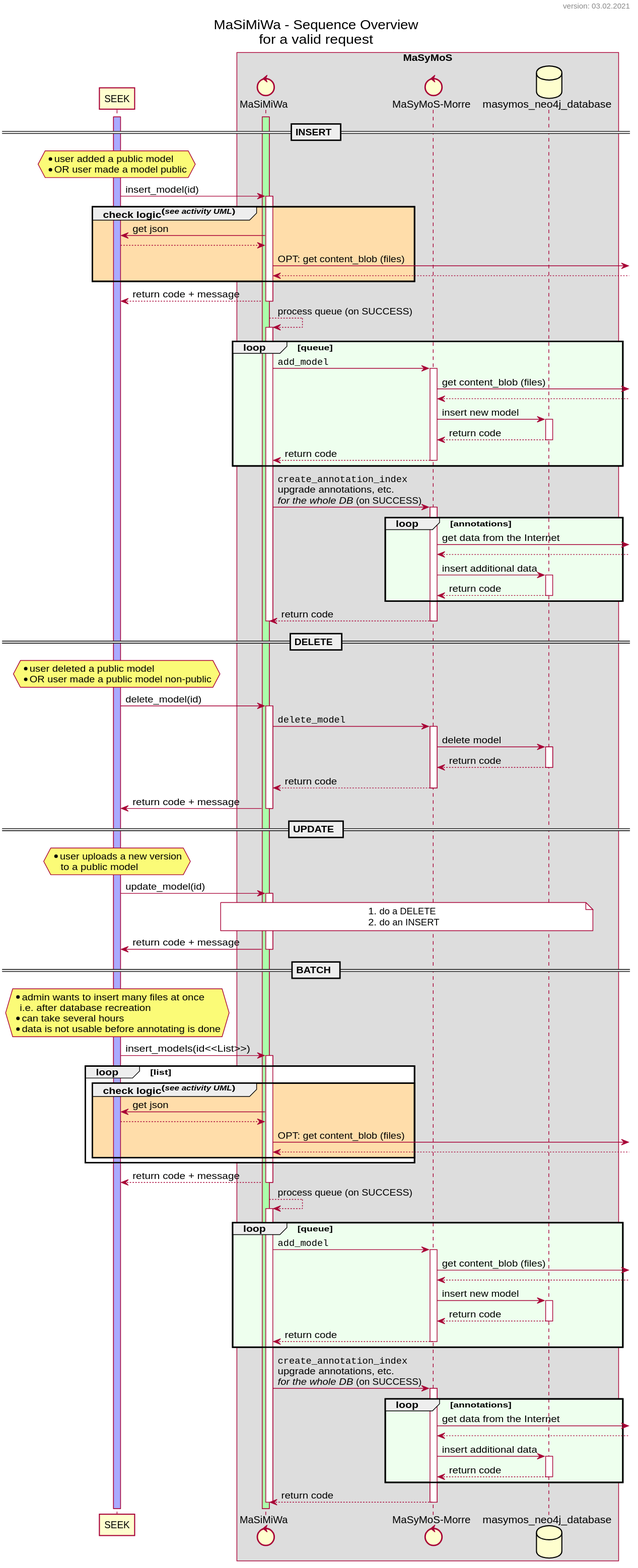
This is dev/uml/sequence_overview.svg from MaSyMoS/masymos-seek-middleware, a PlantUML export, as it was before one commit.
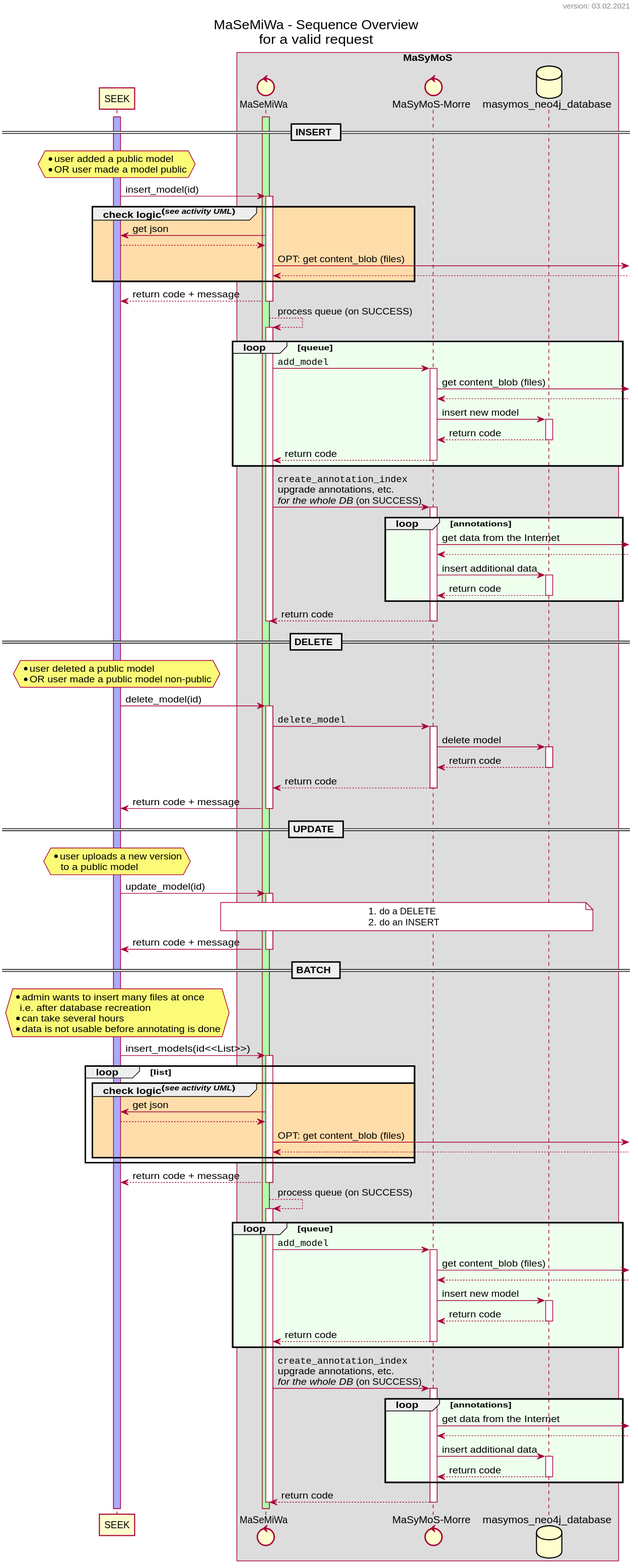
Later version of the same file.

What changed in the source:
```diff
@@ -1,6 +1,6 @@
 @startuml
 
-title MaSiMiWa - Sequence Overview\nfor a valid request
+title MaSeMiWa - Sequence Overview\nfor a valid request
 header version: %date("dd.MM.yyyy")
 
 skinparam defaultFontName Helvetica
@@ -71,7 +71,7 @@
 
 participant "SEEK" as seek
 box "MaSyMoS"
-    control "MaSiMiWa" as miwa
+    control "MaSeMiWa" as miwa
     control "MaSyMoS-Morre" as morre
     database "masymos_neo4j_database" as db
 
```
